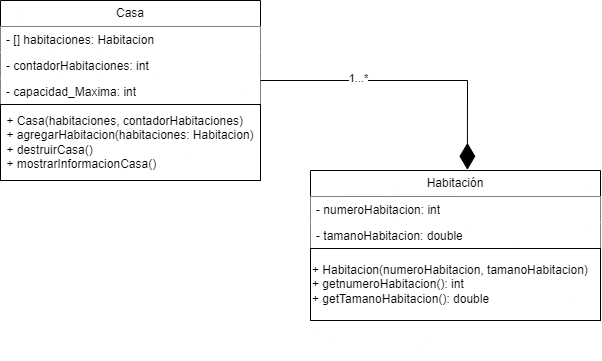
Sof-Saos/PB-E keeps this draw.io diagram as POO1/E2/Casa.drawio.png. Above is the earlier version. Source tidied: cells renumbered, new cells last; positions are measured from the earlier drawing's top-left corner, leaving out a move shared by most shapes.
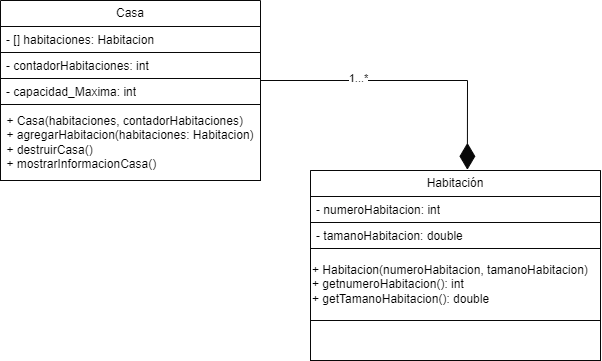
Later version of the same file.

What changed in the source:
```diff
@@ -2,37 +2,37 @@
   <root>
     <mxCell id="0" />
     <mxCell id="1" parent="0" />
-    <mxCell id="2" value="Casa" style="swimlane;fontStyle=0;horizontal=1;startSize=26;fillColor=#FFFFFF;whiteSpace=wrap;html=1;" parent="1" vertex="1">
+    <mxCell id="2" value="Casa" style="swimlane;fontStyle=0;horizontal=1;startSize=26;fillColor=#FFFFFF;whiteSpace=wrap;html=1;strokeColor=#080808;" parent="1" vertex="1">
       <mxGeometry width="260" height="180" as="geometry" />
     </mxCell>
-    <mxCell id="3" value="- [] habitaciones: Habitacion" style="text;strokeColor=none;fillColor=#FFFFFF;align=left;verticalAlign=top;spacingLeft=4;spacingRight=4;overflow=hidden;whiteSpace=wrap;html=1;" parent="2" vertex="1">
+    <mxCell id="3" value="- [] habitaciones: Habitacion" style="text;strokeColor=#080808;fillColor=#FFFFFF;align=left;verticalAlign=top;spacingLeft=4;spacingRight=4;overflow=hidden;whiteSpace=wrap;html=1;" parent="2" vertex="1">
       <mxGeometry y="26" width="260" height="26" as="geometry" />
     </mxCell>
-    <mxCell id="4" value="- contadorHabitaciones: int" style="text;strokeColor=none;fillColor=#FFFFFF;align=left;verticalAlign=top;spacingLeft=4;spacingRight=4;overflow=hidden;whiteSpace=wrap;html=1;" parent="2" vertex="1">
+    <mxCell id="4" value="- contadorHabitaciones: int" style="text;strokeColor=#080808;fillColor=#FFFFFF;align=left;verticalAlign=top;spacingLeft=4;spacingRight=4;overflow=hidden;whiteSpace=wrap;html=1;" parent="2" vertex="1">
       <mxGeometry y="52" width="260" height="26" as="geometry" />
     </mxCell>
-    <mxCell id="5" value="- capacidad_Maxima: int" style="text;strokeColor=none;fillColor=#FFFFFF;align=left;verticalAlign=top;spacingLeft=4;spacingRight=4;overflow=hidden;whiteSpace=wrap;html=1;" parent="2" vertex="1">
+    <mxCell id="5" value="- capacidad_Maxima: int" style="text;strokeColor=#080808;fillColor=#FFFFFF;align=left;verticalAlign=top;spacingLeft=4;spacingRight=4;overflow=hidden;whiteSpace=wrap;html=1;" parent="2" vertex="1">
       <mxGeometry y="78" width="260" height="26" as="geometry" />
     </mxCell>
-    <mxCell id="6" value="&lt;div style=&quot;text-align: left;&quot;&gt;&lt;span style=&quot;background-color: initial;&quot;&gt;+ Casa(habitaciones, contadorHabitaciones)&lt;/span&gt;&lt;/div&gt;&lt;div style=&quot;text-align: left;&quot;&gt;&lt;span style=&quot;background-color: initial;&quot;&gt;+ agregarHabitacion(habitaciones: Habitacion)&lt;/span&gt;&lt;/div&gt;&lt;div style=&quot;text-align: left;&quot;&gt;&lt;span style=&quot;background-color: initial;&quot;&gt;+ destruirCasa()&lt;/span&gt;&lt;/div&gt;&lt;div style=&quot;text-align: left;&quot;&gt;&lt;span style=&quot;background-color: initial;&quot;&gt;+ mostrarInformacionCasa()&amp;nbsp;&lt;/span&gt;&lt;/div&gt;" style="html=1;whiteSpace=wrap;fillColor=#FFFFFF;" parent="2" vertex="1">
+    <mxCell id="6" value="&lt;div style=&quot;text-align: left;&quot;&gt;&lt;span style=&quot;background-color: initial;&quot;&gt;+ Casa(habitaciones, contadorHabitaciones)&lt;/span&gt;&lt;/div&gt;&lt;div style=&quot;text-align: left;&quot;&gt;&lt;span style=&quot;background-color: initial;&quot;&gt;+ agregarHabitacion(habitaciones: Habitacion)&lt;/span&gt;&lt;/div&gt;&lt;div style=&quot;text-align: left;&quot;&gt;&lt;span style=&quot;background-color: initial;&quot;&gt;+ destruirCasa()&lt;/span&gt;&lt;/div&gt;&lt;div style=&quot;text-align: left;&quot;&gt;&lt;span style=&quot;background-color: initial;&quot;&gt;+ mostrarInformacionCasa()&amp;nbsp;&lt;/span&gt;&lt;/div&gt;" style="html=1;whiteSpace=wrap;fillColor=#FFFFFF;strokeColor=#080808;" parent="2" vertex="1">
       <mxGeometry y="104" width="260" height="76" as="geometry" />
     </mxCell>
-    <mxCell id="7" style="group;fillColor=#FFFFFF;" parent="1" vertex="1">
+    <mxCell id="7" style="group;fillColor=#FFFFFF;strokeColor=#080808;" parent="1" vertex="1">
       <mxGeometry x="310" y="170" width="290" height="190" as="geometry" />
     </mxCell>
-    <mxCell id="8" value="Habitación" style="swimlane;fontStyle=0;horizontal=1;startSize=26;fillColor=#FFFFFF;whiteSpace=wrap;html=1;" parent="7" vertex="1">
+    <mxCell id="8" value="Habitación" style="swimlane;fontStyle=0;horizontal=1;startSize=26;fillColor=#FFFFFF;whiteSpace=wrap;html=1;strokeColor=#080808;" parent="7" vertex="1">
       <mxGeometry width="290" height="78" as="geometry" />
     </mxCell>
-    <mxCell id="9" value="- numeroHabitacion: int" style="text;strokeColor=none;fillColor=#FFFFFF;align=left;verticalAlign=top;spacingLeft=4;spacingRight=4;overflow=hidden;whiteSpace=wrap;html=1;" parent="8" vertex="1">
+    <mxCell id="9" value="- numeroHabitacion: int" style="text;strokeColor=#080808;fillColor=#FFFFFF;align=left;verticalAlign=top;spacingLeft=4;spacingRight=4;overflow=hidden;whiteSpace=wrap;html=1;" parent="8" vertex="1">
       <mxGeometry y="26" width="290" height="26" as="geometry" />
     </mxCell>
-    <mxCell id="10" value="- tamanoHabitacion: double" style="text;strokeColor=none;fillColor=#FFFFFF;align=left;verticalAlign=top;spacingLeft=4;spacingRight=4;overflow=hidden;whiteSpace=wrap;html=1;" parent="8" vertex="1">
+    <mxCell id="10" value="- tamanoHabitacion: double" style="text;strokeColor=#080808;fillColor=#FFFFFF;align=left;verticalAlign=top;spacingLeft=4;spacingRight=4;overflow=hidden;whiteSpace=wrap;html=1;" parent="8" vertex="1">
       <mxGeometry y="52" width="290" height="26" as="geometry" />
     </mxCell>
-    <mxCell id="11" value="+ Habitacion(numeroHabitacion, tamanoHabitacion)&lt;br&gt;+ getnumeroHabitacion(): int&lt;br&gt;+ getTamanoHabitacion(): double" style="html=1;whiteSpace=wrap;align=left;fillColor=#FFFFFF;" parent="7" vertex="1">
+    <mxCell id="11" value="+ Habitacion(numeroHabitacion, tamanoHabitacion)&lt;br&gt;+ getnumeroHabitacion(): int&lt;br&gt;+ getTamanoHabitacion(): double" style="html=1;whiteSpace=wrap;align=left;fillColor=#FFFFFF;strokeColor=#080808;" parent="7" vertex="1">
       <mxGeometry y="78" width="290" height="72" as="geometry" />
     </mxCell>
-    <mxCell id="12" style="endArrow=diamondThin;endFill=1;endSize=24;html=1;rounded=0;labelBackgroundColor=default;strokeColor=#000000;fontFamily=Helvetica;fontSize=11;fontColor=default;shape=connector;entryX=0.541;entryY=-0.009;entryDx=0;entryDy=0;entryPerimeter=0;fillColor=#FFFFFF;" parent="1" edge="1" target="8">
+    <mxCell id="12" style="endArrow=diamondThin;endFill=1;endSize=24;html=1;rounded=0;labelBackgroundColor=default;strokeColor=#080808;fontFamily=Helvetica;fontSize=11;fontColor=default;shape=connector;entryX=0.541;entryY=-0.009;entryDx=0;entryDy=0;entryPerimeter=0;fillColor=#FFFFFF;" parent="1" edge="1" target="8">
       <mxGeometry relative="1" as="geometry">
         <mxPoint x="260" y="80" as="sourcePoint" />
         <Array as="points">
@@ -40,7 +40,7 @@
         </Array>
       </mxGeometry>
     </mxCell>
-    <mxCell id="13" value="1...*" style="edgeLabel;html=1;align=center;verticalAlign=middle;fontSize=11;fontFamily=Helvetica;fontColor=default;strokeColor=#F7F7F7;fillColor=#FFFFFF;" parent="12" vertex="1">
+    <mxCell id="13" value="1...*" style="edgeLabel;html=1;align=center;verticalAlign=middle;fontSize=11;fontFamily=Helvetica;fontColor=default;strokeColor=#080808;fillColor=#FFFFFF;" parent="12" vertex="1">
       <mxGeometry x="-0.35" y="2" relative="1" as="geometry" />
     </mxCell>
   </root>
```
